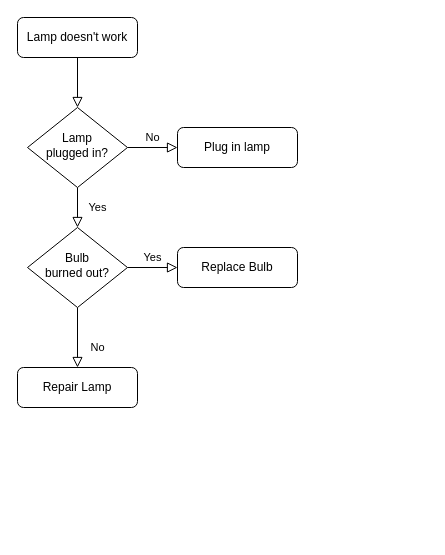
Above: Untitled Diagram.drawio in PanC123/project-examples (draw.io), before the change. Source tidied: cells renumbered, new cells numbered last; positions are measured from the earlier drawing's top-left corner, leaving out a move shared by most shapes. Both pictures are drawn from the tidied source at 100%, with x=0, y=0 at pixel (17, 17).
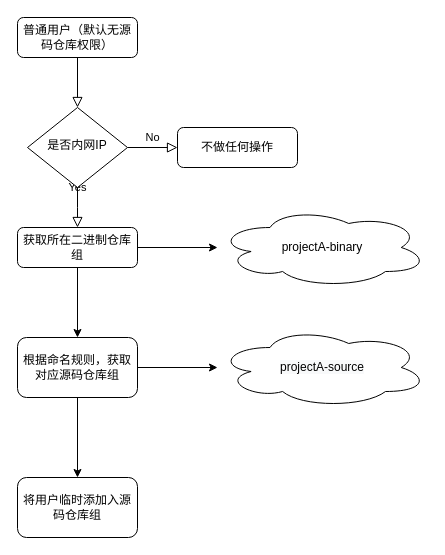
The same page after the edit.

The edit, as a diff of the source:
```diff
@@
 <mxGraphModel>
   <root>
     <mxCell id="0" />
     <mxCell id="1" parent="0" />
     <mxCell id="2" style="rounded=0;html=1;jettySize=auto;fontSize=11;endArrow=block;endFill=0;endSize=8;strokeWidth=1;shadow=0;labelBackgroundColor=none;edgeStyle=orthogonalEdgeStyle;" parent="1" edge="1" source="3" target="6">
       <mxGeometry relative="1" as="geometry" />
     </mxCell>
-    <mxCell id="3" value="Lamp doesn't work" style="rounded=1;whiteSpace=wrap;html=1;fontSize=12;glass=0;strokeWidth=1;shadow=0;" parent="1" vertex="1">
+    <mxCell id="3" value="普通用户（默认无源码仓库权限）" style="rounded=1;whiteSpace=wrap;html=1;fontSize=12;glass=0;strokeWidth=1;shadow=0;" parent="1" vertex="1">
       <mxGeometry width="120" height="40" as="geometry" />
     </mxCell>
-    <mxCell id="4" value="Yes" style="rounded=0;html=1;jettySize=auto;fontSize=11;endArrow=block;endFill=0;endSize=8;strokeWidth=1;shadow=0;labelBackgroundColor=none;edgeStyle=orthogonalEdgeStyle;" parent="1" edge="1" source="6" target="10">
-      <mxGeometry y="20" relative="1" as="geometry" />
+    <mxCell id="4" value="Yes" style="rounded=0;html=1;jettySize=auto;fontSize=11;endArrow=block;endFill=0;endSize=8;strokeWidth=1;shadow=0;labelBackgroundColor=none;edgeStyle=orthogonalEdgeStyle;" parent="1" edge="1" source="6">
+      <mxGeometry y="20" relative="1" as="geometry">
+        <mxPoint x="60" y="210" as="targetPoint" />
+      </mxGeometry>
     </mxCell>
     <mxCell id="5" value="No" style="edgeStyle=orthogonalEdgeStyle;rounded=0;html=1;jettySize=auto;fontSize=11;endArrow=block;endFill=0;endSize=8;strokeWidth=1;shadow=0;labelBackgroundColor=none;" parent="1" edge="1" source="6" target="7">
       <mxGeometry y="10" relative="1" as="geometry" />
     </mxCell>
-    <mxCell id="6" value="Lamp&lt;br&gt;plugged in?" style="rhombus;whiteSpace=wrap;html=1;shadow=0;fontFamily=Helvetica;fontSize=12;align=center;strokeWidth=1;spacing=6;spacingTop=-4;" parent="1" vertex="1">
+    <mxCell id="6" value="是否内网IP" style="rhombus;whiteSpace=wrap;html=1;shadow=0;fontFamily=Helvetica;fontSize=12;align=center;strokeWidth=1;spacing=6;spacingTop=-4;" parent="1" vertex="1">
       <mxGeometry x="10" y="90" width="100" height="80" as="geometry" />
     </mxCell>
-    <mxCell id="7" value="Plug in lamp" style="rounded=1;whiteSpace=wrap;html=1;fontSize=12;glass=0;strokeWidth=1;shadow=0;" parent="1" vertex="1">
+    <mxCell id="7" value="不做任何操作" style="rounded=1;whiteSpace=wrap;html=1;fontSize=12;glass=0;strokeWidth=1;shadow=0;" parent="1" vertex="1">
       <mxGeometry x="160" y="110" width="120" height="40" as="geometry" />
     </mxCell>
-    <mxCell id="8" value="No" style="rounded=0;html=1;jettySize=auto;fontSize=11;endArrow=block;endFill=0;endSize=8;strokeWidth=1;shadow=0;labelBackgroundColor=none;edgeStyle=orthogonalEdgeStyle;" parent="1" edge="1" source="10" target="11">
-      <mxGeometry x="0.33" y="20" relative="1" as="geometry" />
-    </mxCell>
-    <mxCell id="9" value="Yes" style="edgeStyle=orthogonalEdgeStyle;rounded=0;html=1;jettySize=auto;fontSize=11;endArrow=block;endFill=0;endSize=8;strokeWidth=1;shadow=0;labelBackgroundColor=none;" parent="1" edge="1" source="10" target="12">
-      <mxGeometry y="10" relative="1" as="geometry" />
-    </mxCell>
-    <mxCell id="10" value="Bulb&lt;br&gt;burned out?" style="rhombus;whiteSpace=wrap;html=1;shadow=0;fontFamily=Helvetica;fontSize=12;align=center;strokeWidth=1;spacing=6;spacingTop=-4;" parent="1" vertex="1">
-      <mxGeometry x="10" y="210" width="100" height="80" as="geometry" />
-    </mxCell>
+    <mxCell id="13" style="edgeStyle=orthogonalEdgeStyle;rounded=0;jettySize=auto;html=1;" parent="1" edge="1" source="11" target="17">
+      <mxGeometry relative="1" as="geometry" />
+    </mxCell>
+    <mxCell id="14" style="edgeStyle=orthogonalEdgeStyle;rounded=0;jettySize=auto;html=1;" parent="1" edge="1" source="11" target="18">
+      <mxGeometry relative="1" as="geometry" />
+    </mxCell>
-    <mxCell id="11" value="Repair Lamp" style="rounded=1;whiteSpace=wrap;html=1;fontSize=12;glass=0;strokeWidth=1;shadow=0;" parent="1" vertex="1">
-      <mxGeometry y="350" width="120" height="40" as="geometry" />
+    <mxCell id="11" value="获取所在二进制仓库组" style="rounded=1;whiteSpace=wrap;html=1;fontSize=12;glass=0;strokeWidth=1;shadow=0;" parent="1" vertex="1">
+      <mxGeometry y="210" width="120" height="40" as="geometry" />
     </mxCell>
-    <mxCell id="12" value="Replace Bulb" style="rounded=1;whiteSpace=wrap;html=1;fontSize=12;glass=0;strokeWidth=1;shadow=0;" parent="1" vertex="1">
-      <mxGeometry x="160" y="230" width="120" height="40" as="geometry" />
-    </mxCell>
+    <mxCell id="15" style="edgeStyle=orthogonalEdgeStyle;rounded=0;jettySize=auto;html=1;" parent="1" edge="1" source="17" target="19">
+      <mxGeometry relative="1" as="geometry" />
+    </mxCell>
+    <mxCell id="16" style="edgeStyle=orthogonalEdgeStyle;rounded=0;jettySize=auto;html=1;" parent="1" edge="1" source="17" target="20">
+      <mxGeometry relative="1" as="geometry" />
+    </mxCell>
+    <mxCell id="17" value="根据命名规则，获取对应源码仓库组" style="whiteSpace=wrap;html=1;rounded=1;glass=0;strokeWidth=1;shadow=0;" parent="1" vertex="1">
+      <mxGeometry y="320" width="120" height="60" as="geometry" />
+    </mxCell>
+    <mxCell id="18" value="projectA-binary" style="ellipse;shape=cloud;whiteSpace=wrap;html=1;rounded=1;glass=0;strokeWidth=1;shadow=0;" parent="1" vertex="1">
+      <mxGeometry x="200" y="190" width="210" height="80" as="geometry" />
+    </mxCell>
+    <mxCell id="19" value="&lt;span style=&quot;color: rgb(0 , 0 , 0) ; font-family: &amp;#34;helvetica&amp;#34; ; font-size: 12px ; font-style: normal ; font-weight: 400 ; letter-spacing: normal ; text-align: center ; text-indent: 0px ; text-transform: none ; word-spacing: 0px ; background-color: rgb(248 , 249 , 250) ; display: inline ; float: none&quot;&gt;projectA-source&lt;/span&gt;" style="ellipse;shape=cloud;whiteSpace=wrap;html=1;rounded=1;glass=0;strokeWidth=1;shadow=0;" parent="1" vertex="1">
+      <mxGeometry x="200" y="310" width="210" height="80" as="geometry" />
+    </mxCell>
+    <mxCell id="20" value="将用户临时添加入源码仓库组" style="whiteSpace=wrap;html=1;rounded=1;glass=0;strokeWidth=1;shadow=0;" parent="1" vertex="1">
+      <mxGeometry y="460" width="120" height="60" as="geometry" />
+    </mxCell>
   </root>
 </mxGraphModel>
```
